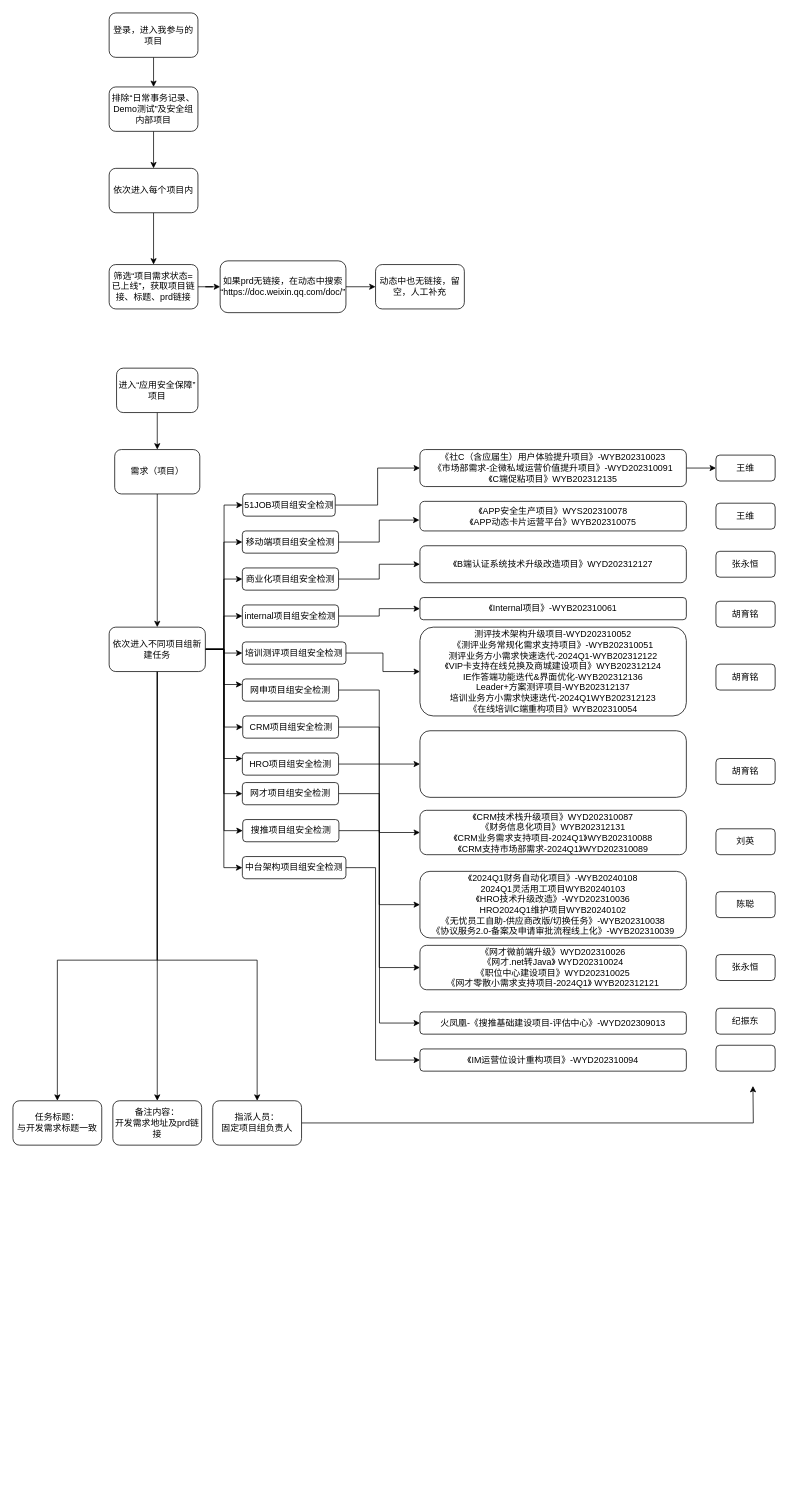
Earlier version of the draw.io diagram tb项目新建.drawio (grayes/draw.io). Source tidied: cells renumbered, new cells numbered last; positions are measured from the earlier drawing's top-left corner, leaving out a move shared by most shapes. Both pictures are drawn from the tidied source at 74%, with x=0, y=0 at pixel (13, 13).
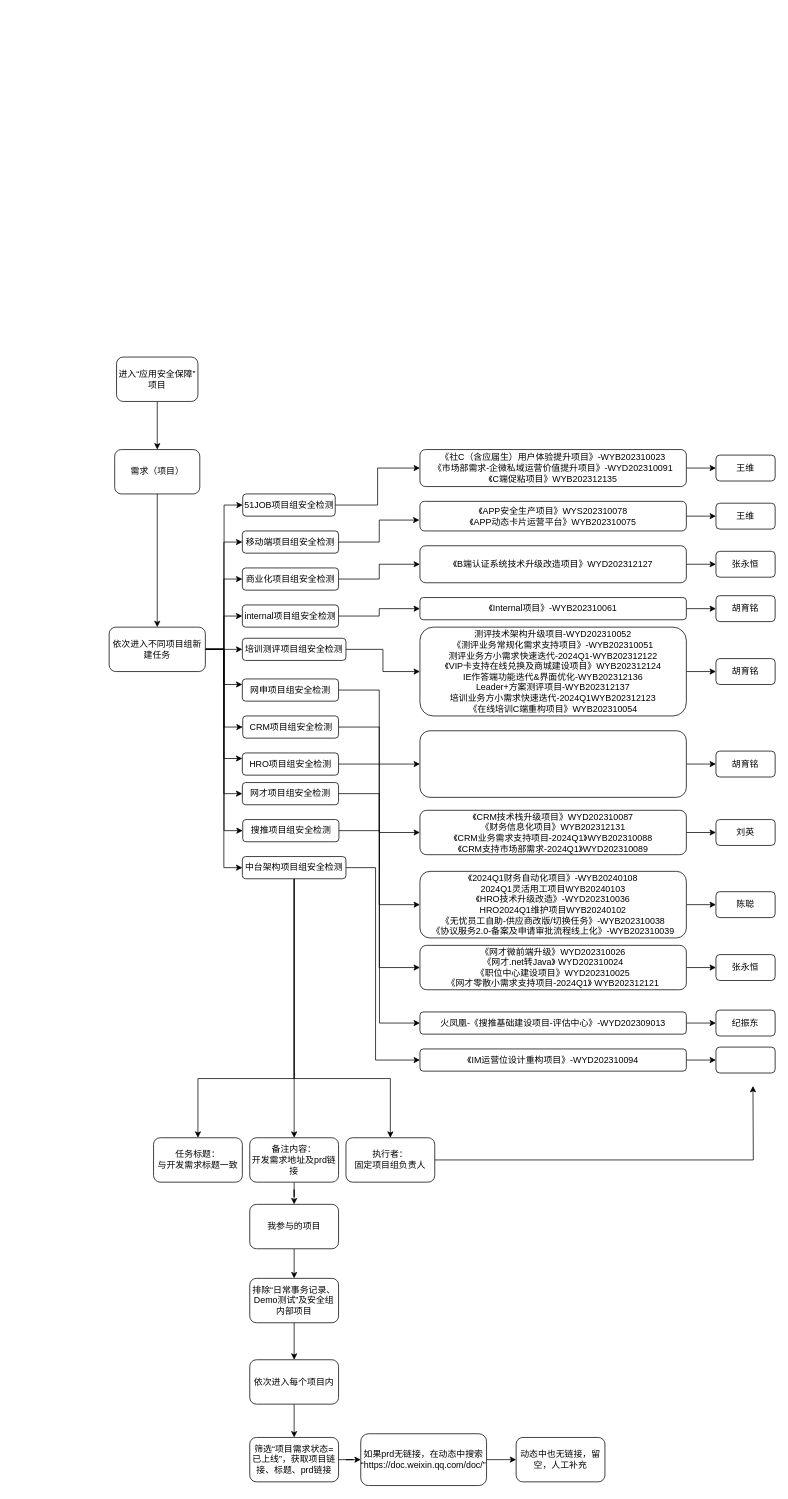
Above is the later version.

Commit message:
更新tb项目新建.drawio

The change refers to these unchanged cells:
```xml
<mxCell id="31" value="依次进入不同项目组新建任务" style="rounded=1;whiteSpace=wrap;html=1;" parent="1" vertex="1">
  <mxGeometry x="130" y="830" width="130" height="60" as="geometry" />
</mxCell>
<mxCell id="51" value="《APP安全生产项目》WYS202310078&lt;br&gt;《APP动态卡片运营平台》WYB202310075" style="rounded=1;whiteSpace=wrap;html=1;" parent="1" vertex="1">
  <mxGeometry x="550" y="660" width="360" height="40" as="geometry" />
</mxCell>
<mxCell id="53" value="《B端认证系统技术升级改造项目》WYD202312127" style="rounded=1;whiteSpace=wrap;html=1;" parent="1" vertex="1">
  <mxGeometry x="550" y="720" width="360" height="50" as="geometry" />
</mxCell>
<mxCell id="54" value="《CRM技术栈升级项目》WYD202310087&lt;br&gt;《财务信息化项目》WYB202312131&lt;br&gt;《CRM业务需求支持项目-2024Q1》WYB202310088&lt;br&gt;《CRM支持市场部需求-2024Q1》WYD202310089" style="rounded=1;whiteSpace=wrap;html=1;" parent="1" vertex="1">
  <mxGeometry x="550" y="1077.5" width="360" height="60" as="geometry" />
</mxCell>
<mxCell id="55" value="《Internal项目》-WYB202310061" style="rounded=1;whiteSpace=wrap;html=1;" parent="1" vertex="1">
  <mxGeometry x="550" y="790" width="360" height="30" as="geometry" />
</mxCell>
<mxCell id="56" value="测评技术架构升级项目-WYD202310052&lt;br&gt;《测评业务常规化需求支持项目》-WYB202310051&lt;br&gt;测评业务方小需求快速迭代-2024Q1-WYB202312122&lt;br&gt;《VIP卡支持在线兑换及商城建设项目》WYB202312124&lt;br&gt;IE作答端功能迭代&amp;amp;界面优化-WYB202312136&lt;br&gt;Leader+方案测评项目-WYB202312137&lt;br&gt;培训业务方小需求快速迭代-2024Q1WYB202312123&lt;br&gt;《在线培训C端重构项目》WYB202310054" style="rounded=1;whiteSpace=wrap;html=1;" parent="1" vertex="1">
  <mxGeometry x="550" y="830" width="360" height="120" as="geometry" />
</mxCell>
<mxCell id="57" style="rounded=1;whiteSpace=wrap;html=1;" parent="1" vertex="1">
  <mxGeometry x="550" y="970" width="360" height="90" as="geometry" />
</mxCell>
<mxCell id="58" value="《2024Q1财务自动化项目》-WYB20240108&lt;br style=&quot;border-color: var(--border-color);&quot;&gt;2024Q1灵活用工项目WYB20240103&lt;br style=&quot;border-color: var(--border-color);&quot;&gt;《HRO技术升级改造》-WYD202310036&lt;br style=&quot;border-color: var(--border-color);&quot;&gt;HRO2024Q1维护项目WYB20240102&lt;br style=&quot;border-color: var(--border-color);&quot;&gt;《无忧员工自助-供应商改版/切换任务》-WYB202310038&lt;br style=&quot;border-color: var(--border-color);&quot;&gt;《协议服务2.0-备案及申请审批流程线上化》-WYB202310039" style="rounded=1;whiteSpace=wrap;html=1;" parent="1" vertex="1">
  <mxGeometry x="550" y="1160" width="360" height="90" as="geometry" />
</mxCell>
<mxCell id="59" value="《网才微前端升级》WYD202310026&lt;br&gt;《网才.net转Java》&amp;nbsp;WYD202310024&lt;br&gt;《职位中心建设项目》WYD202310025&lt;br&gt;《网才零散小需求支持项目-2024Q1》&amp;nbsp;WYB202312121" style="rounded=1;whiteSpace=wrap;html=1;" parent="1" vertex="1">
  <mxGeometry x="550" y="1260" width="360" height="60" as="geometry" />
</mxCell>
<mxCell id="63" value="火凤凰-《搜推基础建设项目-评估中心》-WYD202309013" style="rounded=1;whiteSpace=wrap;html=1;" parent="1" vertex="1">
  <mxGeometry x="550" y="1350" width="360" height="30" as="geometry" />
</mxCell>
<mxCell id="65" value="中台架构项目组安全检测" style="rounded=1;whiteSpace=wrap;html=1;" parent="1" vertex="1">
  <mxGeometry x="310" y="1140" width="140" height="30" as="geometry" />
</mxCell>
<mxCell id="66" value="《IM运营位设计重构项目》-WYD202310094" style="rounded=1;whiteSpace=wrap;html=1;" parent="1" vertex="1">
  <mxGeometry x="550" y="1400" width="360" height="30" as="geometry" />
</mxCell>
<mxCell id="69" value="王维" style="whiteSpace=wrap;html=1;rounded=1;" parent="1" vertex="1">
  <mxGeometry x="950" y="662.5" width="80" height="35" as="geometry" />
</mxCell>
<mxCell id="70" value="张永恒" style="whiteSpace=wrap;html=1;rounded=1;" parent="1" vertex="1">
  <mxGeometry x="950" y="727.5" width="80" height="35" as="geometry" />
</mxCell>
<mxCell id="75" value="陈聪" style="whiteSpace=wrap;html=1;rounded=1;" parent="1" vertex="1">
  <mxGeometry x="950" y="1187.5" width="80" height="35" as="geometry" />
</mxCell>
<mxCell id="76" value="张永恒" style="whiteSpace=wrap;html=1;rounded=1;" parent="1" vertex="1">
  <mxGeometry x="950" y="1272.5" width="80" height="35" as="geometry" />
</mxCell>
```

Diff of the diagram source:
```diff
@@
-    <mxCell id="3" value="登录，进入我参与的项目" style="rounded=1;whiteSpace=wrap;html=1;" parent="1" vertex="1">
-      <mxGeometry x="130" width="120" height="60" as="geometry" />
+    <mxCell id="3" value="我参与的项目" style="rounded=1;whiteSpace=wrap;html=1;" parent="1" vertex="1">
+      <mxGeometry x="320" y="1610" width="120" height="60" as="geometry" />
     </mxCell>
@@
     <mxCell id="5" value="排除“日常事务记录、Demo测试”及安全组内部项目" style="rounded=1;whiteSpace=wrap;html=1;" parent="1" vertex="1">
-      <mxGeometry x="130" y="100" width="120" height="60" as="geometry" />
+      <mxGeometry x="320" y="1710" width="120" height="60" as="geometry" />
     </mxCell>
@@
     <mxCell id="7" value="依次进入每个项目内" style="rounded=1;whiteSpace=wrap;html=1;" parent="1" vertex="1">
-      <mxGeometry x="130" y="210" width="120" height="60" as="geometry" />
+      <mxGeometry x="320" y="1820" width="120" height="60" as="geometry" />
     </mxCell>
@@
     <mxCell id="9" value="筛选“项目需求状态=已上线”，获取项目链接、标题、prd链接" style="rounded=1;whiteSpace=wrap;html=1;" parent="1" vertex="1">
-      <mxGeometry x="130" y="340" width="120" height="60" as="geometry" />
+      <mxGeometry x="320" y="1925" width="120" height="60" as="geometry" />
     </mxCell>
@@
     <mxCell id="11" value="如果prd无链接，在动态中搜索“https://doc.weixin.qq.com/doc/”" style="rounded=1;whiteSpace=wrap;html=1;" parent="1" vertex="1">
-      <mxGeometry x="280" y="335" width="170" height="70" as="geometry" />
+      <mxGeometry x="470" y="1920" width="170" height="70" as="geometry" />
     </mxCell>
     <mxCell id="12" value="动态中也无链接，留空，人工补充" style="rounded=1;whiteSpace=wrap;html=1;" parent="1" vertex="1">
-      <mxGeometry x="490" y="340" width="120" height="60" as="geometry" />
+      <mxGeometry x="680" y="1925" width="120" height="60" as="geometry" />
     </mxCell>
@@
     <mxCell id="14" value="进入“应用安全保障”项目" style="rounded=1;whiteSpace=wrap;html=1;" parent="1" vertex="1">
-      <mxGeometry x="140" y="480" width="110" height="60" as="geometry" />
+      <mxGeometry x="140" y="465" width="110" height="60" as="geometry" />
     </mxCell>
@@
-    <mxCell id="28" style="edgeStyle=orthogonalEdgeStyle;rounded=0;jettySize=auto;html=1;" parent="1" edge="1" source="31" target="67">
-      <mxGeometry relative="1" as="geometry" />
-    </mxCell>
-    <mxCell id="29" style="edgeStyle=orthogonalEdgeStyle;rounded=0;jettySize=auto;html=1;entryX=0.5;entryY=0;entryDx=0;entryDy=0;" parent="1" edge="1" source="31" target="60">
-      <mxGeometry relative="1" as="geometry">
-        <Array as="points">
-          <mxPoint x="195" y="1280" />
-          <mxPoint x="60" y="1280" />
-        </Array>
-      </mxGeometry>
-    </mxCell>
-    <mxCell id="30" style="edgeStyle=orthogonalEdgeStyle;rounded=0;jettySize=auto;html=1;entryX=0.5;entryY=0;entryDx=0;entryDy=0;" parent="1" edge="1" source="31" target="80">
-      <mxGeometry relative="1" as="geometry">
-        <Array as="points">
-          <mxPoint x="195" y="1280" />
-          <mxPoint x="330" y="1280" />
-        </Array>
-      </mxGeometry>
-    </mxCell>
@@
     <mxCell id="48" value="培训测评项目组安全检测" style="rounded=1;whiteSpace=wrap;html=1;" parent="1" vertex="1">
-      <mxGeometry x="310" y="850" width="140" height="30" as="geometry" />
+      <mxGeometry x="310" y="845" width="140" height="30" as="geometry" />
     </mxCell>
@@
+    <mxCell id="81" style="edgeStyle=orthogonalEdgeStyle;rounded=0;jettySize=auto;html=1;" parent="1" edge="1" source="51" target="69">
+      <mxGeometry relative="1" as="geometry" />
+    </mxCell>
@@
+    <mxCell id="82" style="edgeStyle=orthogonalEdgeStyle;rounded=0;jettySize=auto;html=1;" parent="1" edge="1" source="53" target="70">
+      <mxGeometry relative="1" as="geometry" />
+    </mxCell>
@@
+    <mxCell id="83" style="edgeStyle=orthogonalEdgeStyle;rounded=0;jettySize=auto;html=1;" parent="1" edge="1" source="54" target="74">
+      <mxGeometry relative="1" as="geometry" />
+    </mxCell>
@@
+    <mxCell id="84" style="edgeStyle=orthogonalEdgeStyle;rounded=0;jettySize=auto;html=1;" parent="1" edge="1" source="55" target="71">
+      <mxGeometry relative="1" as="geometry" />
+    </mxCell>
@@
+    <mxCell id="85" style="edgeStyle=orthogonalEdgeStyle;rounded=0;jettySize=auto;html=1;" parent="1" edge="1" source="56" target="72">
+      <mxGeometry relative="1" as="geometry" />
+    </mxCell>
@@
+    <mxCell id="86" style="edgeStyle=orthogonalEdgeStyle;rounded=0;jettySize=auto;html=1;" parent="1" edge="1" source="57" target="73">
+      <mxGeometry relative="1" as="geometry" />
+    </mxCell>
@@
+    <mxCell id="87" style="edgeStyle=orthogonalEdgeStyle;rounded=0;jettySize=auto;html=1;" parent="1" edge="1" source="58" target="75">
+      <mxGeometry relative="1" as="geometry" />
+    </mxCell>
@@
+    <mxCell id="88" style="edgeStyle=orthogonalEdgeStyle;rounded=0;jettySize=auto;html=1;" parent="1" edge="1" source="59" target="76">
+      <mxGeometry relative="1" as="geometry" />
+    </mxCell>
@@
     <mxCell id="60" value="任务标题：&lt;br&gt;与开发需求标题一致" style="rounded=1;whiteSpace=wrap;html=1;" parent="1" vertex="1">
-      <mxGeometry y="1470" width="120" height="60" as="geometry" />
+      <mxGeometry x="190" y="1520" width="120" height="60" as="geometry" />
     </mxCell>
@@
+    <mxCell id="89" style="edgeStyle=orthogonalEdgeStyle;rounded=0;jettySize=auto;html=1;entryX=0;entryY=0.5;entryDx=0;entryDy=0;" parent="1" edge="1" source="63" target="77">
+      <mxGeometry relative="1" as="geometry" />
+    </mxCell>
@@
+    <mxCell id="90" style="edgeStyle=orthogonalEdgeStyle;rounded=0;jettySize=auto;html=1;entryX=0.5;entryY=0;entryDx=0;entryDy=0;" parent="1" edge="1" source="65" target="67">
+      <mxGeometry relative="1" as="geometry" />
+    </mxCell>
+    <mxCell id="91" style="edgeStyle=orthogonalEdgeStyle;rounded=0;jettySize=auto;html=1;entryX=0.5;entryY=0;entryDx=0;entryDy=0;" parent="1" edge="1" source="65" target="60">
+      <mxGeometry relative="1" as="geometry">
+        <Array as="points">
+          <mxPoint x="380" y="1440" />
+          <mxPoint x="250" y="1440" />
+        </Array>
+      </mxGeometry>
+    </mxCell>
+    <mxCell id="92" style="edgeStyle=orthogonalEdgeStyle;rounded=0;jettySize=auto;html=1;" parent="1" edge="1" source="65" target="80">
+      <mxGeometry relative="1" as="geometry">
+        <Array as="points">
+          <mxPoint x="380" y="1440" />
+          <mxPoint x="510" y="1440" />
+        </Array>
+      </mxGeometry>
+    </mxCell>
@@
+    <mxCell id="93" style="edgeStyle=orthogonalEdgeStyle;rounded=0;jettySize=auto;html=1;" parent="1" edge="1" source="66" target="78">
+      <mxGeometry relative="1" as="geometry" />
+    </mxCell>
@@
+    <mxCell id="94" style="edgeStyle=orthogonalEdgeStyle;rounded=0;jettySize=auto;html=1;" parent="1" edge="1" source="67" target="3">
+      <mxGeometry relative="1" as="geometry" />
+    </mxCell>
     <mxCell id="67" value="备注内容：&lt;br&gt;开发需求地址及prd链接" style="rounded=1;whiteSpace=wrap;html=1;" parent="1" vertex="1">
-      <mxGeometry x="135" y="1470" width="120" height="60" as="geometry" />
+      <mxGeometry x="320" y="1520" width="120" height="60" as="geometry" />
     </mxCell>
@@
     <mxCell id="71" value="胡育铭" style="whiteSpace=wrap;html=1;rounded=1;" parent="1" vertex="1">
-      <mxGeometry x="950" y="795" width="80" height="35" as="geometry" />
+      <mxGeometry x="950" y="787.5" width="80" height="35" as="geometry" />
     </mxCell>
     <mxCell id="72" value="胡育铭" style="whiteSpace=wrap;html=1;rounded=1;" parent="1" vertex="1">
-      <mxGeometry x="950" y="880" width="80" height="35" as="geometry" />
+      <mxGeometry x="950" y="872.5" width="80" height="35" as="geometry" />
     </mxCell>
     <mxCell id="73" value="胡育铭" style="whiteSpace=wrap;html=1;rounded=1;" parent="1" vertex="1">
-      <mxGeometry x="950" y="1007.5" width="80" height="35" as="geometry" />
+      <mxGeometry x="950" y="997.5" width="80" height="35" as="geometry" />
     </mxCell>
     <mxCell id="74" value="刘英" style="whiteSpace=wrap;html=1;rounded=1;" parent="1" vertex="1">
-      <mxGeometry x="950" y="1102.5" width="80" height="35" as="geometry" />
+      <mxGeometry x="950" y="1090" width="80" height="35" as="geometry" />
     </mxCell>
@@
     <mxCell id="77" value="纪振东" style="whiteSpace=wrap;html=1;rounded=1;" parent="1" vertex="1">
-      <mxGeometry x="950" y="1345" width="80" height="35" as="geometry" />
+      <mxGeometry x="950" y="1347.5" width="80" height="35" as="geometry" />
     </mxCell>
     <mxCell id="78" style="whiteSpace=wrap;html=1;rounded=1;" parent="1" vertex="1">
-      <mxGeometry x="950" y="1395" width="80" height="35" as="geometry" />
+      <mxGeometry x="950" y="1397.5" width="80" height="35" as="geometry" />
     </mxCell>
@@
-    <mxCell id="80" value="指派人员：&lt;br&gt;固定项目组负责人" style="rounded=1;whiteSpace=wrap;html=1;" parent="1" vertex="1">
-      <mxGeometry x="270" y="1470" width="120" height="60" as="geometry" />
+    <mxCell id="80" value="执行者：&lt;br&gt;固定项目组负责人" style="rounded=1;whiteSpace=wrap;html=1;" parent="1" vertex="1">
+      <mxGeometry x="450" y="1520" width="120" height="60" as="geometry" />
     </mxCell>
```
